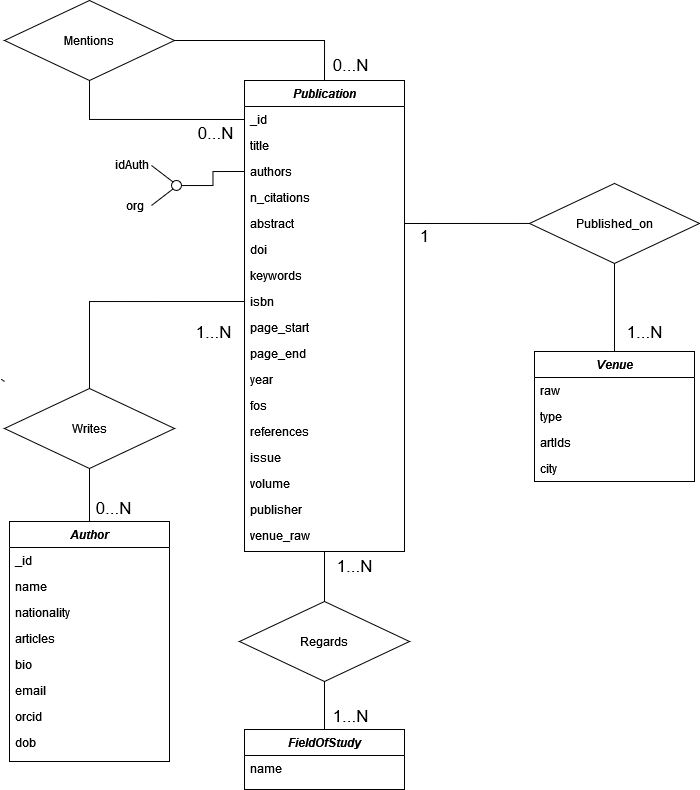
neekoo0/SMBUDproject22-23 keeps this draw.io diagram as Spark/Images/ERSpark.png. Above is the earlier version. Source tidied: cells renumbered, new cells last; positions are measured from the earlier drawing's top-left corner, leaving out a move shared by most shapes.
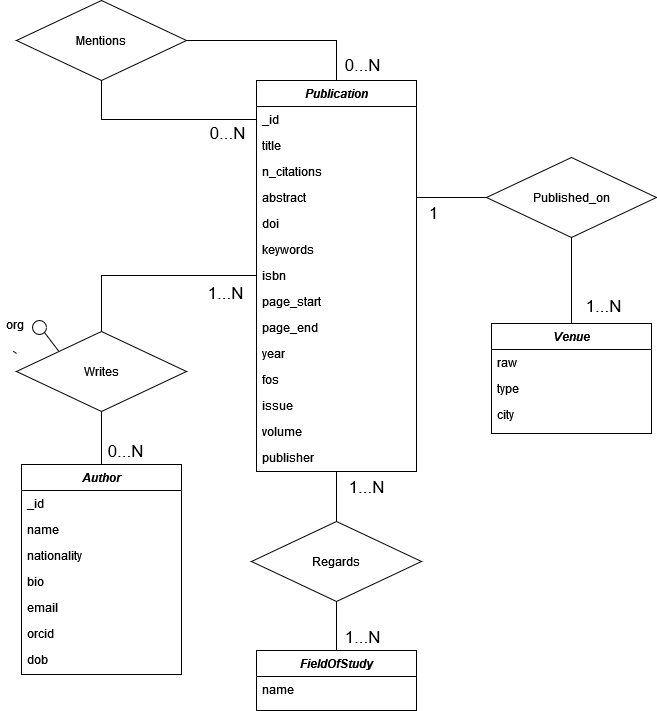
After the commit.

Commit message:
introduction + er corrections

Diff of the diagram source:
```diff
@@ -9,7 +9,7 @@
       <mxGeometry relative="1" as="geometry" />
     </mxCell>
     <mxCell id="4" value="Publication" style="swimlane;fontStyle=3;align=center;verticalAlign=top;horizontal=1;startSize=26;rounded=0;shadow=0;strokeWidth=1;" parent="1" vertex="1">
-      <mxGeometry x="244" y="80" width="160" height="471" as="geometry" />
+      <mxGeometry x="244" y="80" width="160" height="391" as="geometry" />
     </mxCell>
     <mxCell id="5" value="_id" style="text;align=left;verticalAlign=top;spacingLeft=4;spacingRight=4;overflow=hidden;points=[[0,0.5],[1,0.5]];portConstraint=eastwest;" parent="4" vertex="1">
       <mxGeometry y="26" width="160" height="26" as="geometry" />
@@ -17,53 +17,44 @@
     <mxCell id="6" value="title" style="text;align=left;verticalAlign=top;spacingLeft=4;spacingRight=4;overflow=hidden;rounded=0;shadow=0;html=0;" parent="4" vertex="1">
       <mxGeometry y="52" width="160" height="26" as="geometry" />
     </mxCell>
-    <mxCell id="7" value="authors" style="text;align=left;verticalAlign=top;spacingLeft=4;spacingRight=4;overflow=hidden;points=[[0,0.5],[1,0.5]];portConstraint=eastwest;rounded=0;shadow=0;html=0;" parent="4" vertex="1">
-      <mxGeometry y="78" width="160" height="26" as="geometry" />
-    </mxCell>
     <mxCell id="8" value="n_citations" style="text;align=left;verticalAlign=top;spacingLeft=4;spacingRight=4;overflow=hidden;rounded=0;shadow=0;html=0;" parent="4" vertex="1">
-      <mxGeometry y="104" width="160" height="26" as="geometry" />
+      <mxGeometry y="78" width="160" height="26" as="geometry" />
     </mxCell>
     <mxCell id="9" value="abstract" style="text;align=left;verticalAlign=top;spacingLeft=4;spacingRight=4;overflow=hidden;points=[[0,0.5],[1,0.5]];portConstraint=eastwest;rounded=0;shadow=0;html=0;" parent="4" vertex="1">
-      <mxGeometry y="130" width="160" height="26" as="geometry" />
+      <mxGeometry y="104" width="160" height="26" as="geometry" />
     </mxCell>
     <mxCell id="10" value="doi" style="text;align=left;verticalAlign=top;spacingLeft=4;spacingRight=4;overflow=hidden;rounded=0;shadow=0;html=0;" parent="4" vertex="1">
-      <mxGeometry y="156" width="160" height="26" as="geometry" />
+      <mxGeometry y="130" width="160" height="26" as="geometry" />
     </mxCell>
     <mxCell id="11" value="keywords" style="text;align=left;verticalAlign=top;spacingLeft=4;spacingRight=4;overflow=hidden;rounded=0;shadow=0;html=0;" parent="4" vertex="1">
-      <mxGeometry y="182" width="160" height="26" as="geometry" />
+      <mxGeometry y="156" width="160" height="26" as="geometry" />
     </mxCell>
     <mxCell id="12" value="isbn" style="text;align=left;verticalAlign=top;spacingLeft=4;spacingRight=4;overflow=hidden;points=[[0,0.5],[1,0.5]];portConstraint=eastwest;rounded=0;shadow=0;html=0;" parent="4" vertex="1">
-      <mxGeometry y="208" width="160" height="26" as="geometry" />
+      <mxGeometry y="182" width="160" height="26" as="geometry" />
     </mxCell>
     <mxCell id="13" value="page_start" style="text;align=left;verticalAlign=top;spacingLeft=4;spacingRight=4;overflow=hidden;rounded=0;shadow=0;html=0;" parent="4" vertex="1">
-      <mxGeometry y="234" width="160" height="26" as="geometry" />
+      <mxGeometry y="208" width="160" height="26" as="geometry" />
     </mxCell>
     <mxCell id="14" value="page_end" style="text;align=left;verticalAlign=top;spacingLeft=4;spacingRight=4;overflow=hidden;rounded=0;shadow=0;html=0;" parent="4" vertex="1">
-      <mxGeometry y="260" width="160" height="26" as="geometry" />
+      <mxGeometry y="234" width="160" height="26" as="geometry" />
     </mxCell>
     <mxCell id="15" value="year" style="text;align=left;verticalAlign=top;spacingLeft=4;spacingRight=4;overflow=hidden;rounded=0;shadow=0;html=0;" parent="4" vertex="1">
-      <mxGeometry y="286" width="160" height="26" as="geometry" />
+      <mxGeometry y="260" width="160" height="26" as="geometry" />
     </mxCell>
     <mxCell id="16" value="fos" style="text;align=left;verticalAlign=top;spacingLeft=4;spacingRight=4;overflow=hidden;rounded=0;shadow=0;html=0;" parent="4" vertex="1">
-      <mxGeometry y="312" width="160" height="26" as="geometry" />
+      <mxGeometry y="286" width="160" height="26" as="geometry" />
     </mxCell>
-    <mxCell id="17" value="references" style="text;align=left;verticalAlign=top;spacingLeft=4;spacingRight=4;overflow=hidden;rounded=0;shadow=0;html=0;" parent="4" vertex="1">
-      <mxGeometry y="338" width="160" height="26" as="geometry" />
-    </mxCell>
     <mxCell id="18" value="issue" style="text;align=left;verticalAlign=top;spacingLeft=4;spacingRight=4;overflow=hidden;rounded=0;shadow=0;html=0;" parent="4" vertex="1">
-      <mxGeometry y="364" width="160" height="26" as="geometry" />
+      <mxGeometry y="312" width="160" height="26" as="geometry" />
     </mxCell>
     <mxCell id="19" value="volume" style="text;align=left;verticalAlign=top;spacingLeft=4;spacingRight=4;overflow=hidden;rounded=0;shadow=0;html=0;" parent="4" vertex="1">
-      <mxGeometry y="390" width="160" height="26" as="geometry" />
+      <mxGeometry y="338" width="160" height="26" as="geometry" />
     </mxCell>
     <mxCell id="20" value="publisher" style="text;align=left;verticalAlign=top;spacingLeft=4;spacingRight=4;overflow=hidden;rounded=0;shadow=0;html=0;" parent="4" vertex="1">
-      <mxGeometry y="416" width="160" height="26" as="geometry" />
+      <mxGeometry y="364" width="160" height="26" as="geometry" />
     </mxCell>
-    <mxCell id="21" value="venue_raw" style="text;align=left;verticalAlign=top;spacingLeft=4;spacingRight=4;overflow=hidden;rounded=0;shadow=0;html=0;" parent="4" vertex="1">
-      <mxGeometry y="442" width="160" height="26" as="geometry" />
-    </mxCell>
     <mxCell id="22" value="Author" style="swimlane;fontStyle=3;align=center;verticalAlign=top;horizontal=1;startSize=26;rounded=0;shadow=0;strokeWidth=1;" parent="1" vertex="1">
-      <mxGeometry x="9" y="521" width="160" height="240" as="geometry" />
+      <mxGeometry x="9" y="464" width="160" height="210" as="geometry" />
     </mxCell>
     <mxCell id="23" value="_id" style="text;align=left;verticalAlign=top;spacingLeft=4;spacingRight=4;overflow=hidden;" parent="22" vertex="1">
       <mxGeometry y="26" width="160" height="26" as="geometry" />
@@ -74,29 +65,26 @@
     <mxCell id="25" value="nationality" style="text;align=left;verticalAlign=top;spacingLeft=4;spacingRight=4;overflow=hidden;rounded=0;shadow=0;html=0;" parent="22" vertex="1">
       <mxGeometry y="78" width="160" height="26" as="geometry" />
     </mxCell>
-    <mxCell id="26" value="articles" style="text;align=left;verticalAlign=top;spacingLeft=4;spacingRight=4;overflow=hidden;rounded=0;shadow=0;html=0;" parent="22" vertex="1">
-      <mxGeometry y="104" width="160" height="26" as="geometry" />
-    </mxCell>
     <mxCell id="27" value="bio" style="text;align=left;verticalAlign=top;spacingLeft=4;spacingRight=4;overflow=hidden;rounded=0;shadow=0;html=0;" parent="22" vertex="1">
-      <mxGeometry y="130" width="160" height="26" as="geometry" />
+      <mxGeometry y="104" width="160" height="26" as="geometry" />
     </mxCell>
     <mxCell id="28" value="email" style="text;align=left;verticalAlign=top;spacingLeft=4;spacingRight=4;overflow=hidden;rounded=0;shadow=0;html=0;" parent="22" vertex="1">
-      <mxGeometry y="156" width="160" height="26" as="geometry" />
+      <mxGeometry y="130" width="160" height="26" as="geometry" />
     </mxCell>
     <mxCell id="29" value="orcid" style="text;align=left;verticalAlign=top;spacingLeft=4;spacingRight=4;overflow=hidden;rounded=0;shadow=0;html=0;" parent="22" vertex="1">
-      <mxGeometry y="182" width="160" height="26" as="geometry" />
+      <mxGeometry y="156" width="160" height="26" as="geometry" />
     </mxCell>
     <mxCell id="30" value="dob" style="text;align=left;verticalAlign=top;spacingLeft=4;spacingRight=4;overflow=hidden;rounded=0;shadow=0;html=0;" parent="22" vertex="1">
-      <mxGeometry y="208" width="160" height="26" as="geometry" />
+      <mxGeometry y="182" width="160" height="26" as="geometry" />
     </mxCell>
     <mxCell id="31" value="FieldOfStudy" style="swimlane;fontStyle=3;align=center;verticalAlign=top;horizontal=1;startSize=26;rounded=0;shadow=0;strokeWidth=1;" parent="1" vertex="1">
-      <mxGeometry x="244" y="729" width="160" height="60" as="geometry" />
+      <mxGeometry x="244" y="650" width="160" height="60" as="geometry" />
     </mxCell>
     <mxCell id="32" value="name" style="text;align=left;verticalAlign=top;spacingLeft=4;spacingRight=4;overflow=hidden;rounded=0;shadow=0;html=0;" parent="31" vertex="1">
       <mxGeometry y="26" width="160" height="26" as="geometry" />
     </mxCell>
     <mxCell id="33" value="Venue" style="swimlane;fontStyle=3;align=center;verticalAlign=top;horizontal=1;startSize=26;rounded=0;shadow=0;strokeWidth=1;" parent="1" vertex="1">
-      <mxGeometry x="534" y="351" width="160" height="130" as="geometry" />
+      <mxGeometry x="479" y="323" width="160" height="110" as="geometry" />
     </mxCell>
     <mxCell id="34" value="raw" style="text;align=left;verticalAlign=top;spacingLeft=4;spacingRight=4;overflow=hidden;" parent="33" vertex="1">
       <mxGeometry y="26" width="160" height="26" as="geometry" />
@@ -104,17 +92,14 @@
     <mxCell id="35" value="type" style="text;align=left;verticalAlign=top;spacingLeft=4;spacingRight=4;overflow=hidden;rounded=0;shadow=0;html=0;" parent="33" vertex="1">
       <mxGeometry y="52" width="160" height="26" as="geometry" />
     </mxCell>
-    <mxCell id="36" value="artIds" style="text;align=left;verticalAlign=top;spacingLeft=4;spacingRight=4;overflow=hidden;rounded=0;shadow=0;html=0;" parent="33" vertex="1">
-      <mxGeometry y="78" width="160" height="26" as="geometry" />
-    </mxCell>
     <mxCell id="37" value="city" style="text;align=left;verticalAlign=top;spacingLeft=4;spacingRight=4;overflow=hidden;rounded=0;shadow=0;html=0;" parent="33" vertex="1">
-      <mxGeometry y="104" width="160" height="26" as="geometry" />
+      <mxGeometry y="78" width="160" height="26" as="geometry" />
     </mxCell>
     <mxCell id="38" style="edgeStyle=orthogonalEdgeStyle;rounded=0;jettySize=auto;html=1;exitX=0.5;exitY=1;exitDx=0;exitDy=0;endArrow=none;endFill=0;" parent="1" edge="1" source="39" target="33">
       <mxGeometry relative="1" as="geometry" />
     </mxCell>
     <mxCell id="39" value="Published_on" style="rhombus;whiteSpace=wrap;html=1;" parent="1" vertex="1">
-      <mxGeometry x="529" y="183" width="170" height="80" as="geometry" />
+      <mxGeometry x="474" y="157" width="170" height="80" as="geometry" />
     </mxCell>
     <mxCell id="40" style="edgeStyle=orthogonalEdgeStyle;rounded=0;jettySize=auto;html=1;exitX=0.5;exitY=1;exitDx=0;exitDy=0;entryX=0;entryY=0.5;entryDx=0;entryDy=0;endArrow=none;endFill=0;" parent="1" edge="1" source="41" target="5">
       <mxGeometry relative="1" as="geometry" />
@@ -127,12 +112,15 @@
     </mxCell>
     <mxCell id="43" style="rounded=0;orthogonalLoop=1;jettySize=auto;html=1;exitX=0;exitY=0;exitDx=0;exitDy=0;endArrow=none;endFill=0;startArrow=none;" parent="1" edge="1">
       <mxGeometry relative="1" as="geometry">
-        <mxPoint x="0.5" y="378.5" as="sourcePoint" />
-        <mxPoint x="4" y="381" as="targetPoint" />
+        <mxPoint x="0.5" y="350.5" as="sourcePoint" />
+        <mxPoint x="4" y="353" as="targetPoint" />
       </mxGeometry>
     </mxCell>
+    <mxCell id="63" style="rounded=0;jettySize=auto;html=1;exitX=0;exitY=0;exitDx=0;exitDy=0;entryX=1;entryY=1;entryDx=0;entryDy=0;endArrow=none;endFill=0;" parent="1" edge="1" source="44" target="64">
+      <mxGeometry relative="1" as="geometry" />
+    </mxCell>
     <mxCell id="44" value="Writes" style="rhombus;whiteSpace=wrap;html=1;" parent="1" vertex="1">
-      <mxGeometry x="4" y="388" width="170" height="80" as="geometry" />
+      <mxGeometry x="4" y="331" width="170" height="80" as="geometry" />
     </mxCell>
     <mxCell id="45" style="edgeStyle=orthogonalEdgeStyle;rounded=0;jettySize=auto;html=1;exitX=0;exitY=0.5;exitDx=0;exitDy=0;endArrow=none;endFill=0;" parent="1" edge="1" source="12" target="44">
       <mxGeometry relative="1" as="geometry" />
@@ -141,22 +129,22 @@
       <mxGeometry relative="1" as="geometry" />
     </mxCell>
     <mxCell id="47" value="Regards" style="rhombus;whiteSpace=wrap;html=1;" parent="1" vertex="1">
-      <mxGeometry x="239" y="601" width="170" height="80" as="geometry" />
+      <mxGeometry x="239" y="521" width="170" height="80" as="geometry" />
     </mxCell>
     <mxCell id="48" value="1...N" style="text;html=1;align=center;verticalAlign=middle;strokeColor=none;fillColor=none;fontSize=17;" parent="1" vertex="1">
-      <mxGeometry x="614" y="317" width="60" height="30" as="geometry" />
+      <mxGeometry x="561" y="291" width="60" height="30" as="geometry" />
     </mxCell>
     <mxCell id="49" value="1...N" style="text;html=1;align=center;verticalAlign=middle;strokeColor=none;fillColor=none;fontSize=17;" parent="1" vertex="1">
-      <mxGeometry x="183" y="317" width="60" height="30" as="geometry" />
+      <mxGeometry x="183" y="278" width="60" height="30" as="geometry" />
     </mxCell>
     <mxCell id="50" value="1...N" style="text;html=1;align=center;verticalAlign=middle;strokeColor=none;fillColor=none;fontSize=17;" parent="1" vertex="1">
-      <mxGeometry x="320" y="701" width="60" height="30" as="geometry" />
+      <mxGeometry x="320" y="622" width="60" height="30" as="geometry" />
     </mxCell>
     <mxCell id="51" value="1...N" style="text;html=1;align=center;verticalAlign=middle;strokeColor=none;fillColor=none;fontSize=17;" parent="1" vertex="1">
-      <mxGeometry x="324" y="551" width="60" height="30" as="geometry" />
+      <mxGeometry x="324" y="472" width="60" height="30" as="geometry" />
     </mxCell>
     <mxCell id="52" value="0...N" style="text;html=1;align=center;verticalAlign=middle;strokeColor=none;fillColor=none;fontSize=17;" parent="1" vertex="1">
-      <mxGeometry x="83" y="493" width="60" height="30" as="geometry" />
+      <mxGeometry x="83" y="436" width="60" height="30" as="geometry" />
     </mxCell>
     <mxCell id="53" value="0...N" style="text;html=1;align=center;verticalAlign=middle;strokeColor=none;fillColor=none;fontSize=17;" parent="1" vertex="1">
       <mxGeometry x="320" y="50" width="60" height="30" as="geometry" />
@@ -165,32 +153,16 @@
       <mxGeometry x="185" y="118" width="60" height="30" as="geometry" />
     </mxCell>
     <mxCell id="55" value="1" style="text;html=1;align=center;verticalAlign=middle;strokeColor=none;fillColor=none;fontSize=17;" parent="1" vertex="1">
-      <mxGeometry x="409" y="221" width="30" height="30" as="geometry" />
+      <mxGeometry x="406" y="198" width="30" height="30" as="geometry" />
     </mxCell>
-    <mxCell id="56" style="edgeStyle=orthogonalEdgeStyle;rounded=0;jettySize=auto;html=1;exitX=0;exitY=0.5;exitDx=0;exitDy=0;endArrow=none;endFill=0;" parent="1" edge="1" source="7" target="59">
-      <mxGeometry relative="1" as="geometry" />
-    </mxCell>
-    <mxCell id="57" style="rounded=0;jettySize=auto;html=1;exitX=0;exitY=0;exitDx=0;exitDy=0;endArrow=none;endFill=0;" parent="1" edge="1" source="59">
-      <mxGeometry relative="1" as="geometry">
-        <mxPoint x="151" y="165" as="targetPoint" />
-      </mxGeometry>
-    </mxCell>
-    <mxCell id="58" style="edgeStyle=none;rounded=0;jettySize=auto;html=1;exitX=0;exitY=1;exitDx=0;exitDy=0;endArrow=none;endFill=0;" parent="1" edge="1" source="59">
-      <mxGeometry relative="1" as="geometry">
-        <mxPoint x="151" y="205" as="targetPoint" />
-      </mxGeometry>
-    </mxCell>
-    <mxCell id="59" style="ellipse;whiteSpace=wrap;html=1;" parent="1" vertex="1">
-      <mxGeometry x="171" y="180" width="10" height="10" as="geometry" />
-    </mxCell>
+    <mxCell id="62" style="edgeStyle=orthogonalEdgeStyle;rounded=0;jettySize=auto;html=1;exitX=1;exitY=0.5;exitDx=0;exitDy=0;entryX=0;entryY=0.5;entryDx=0;entryDy=0;endArrow=none;endFill=0;" parent="1" edge="1" source="9" target="39">
+      <mxGeometry relative="1" as="geometry" />
+    </mxCell>
+    <mxCell id="64" style="ellipse;whiteSpace=wrap;html=1;" parent="1" vertex="1">
+      <mxGeometry x="20" y="320" width="14" height="14" as="geometry" />
+    </mxCell>
     <mxCell id="60" value="org" style="text;align=left;verticalAlign=top;spacingLeft=4;spacingRight=4;overflow=hidden;rounded=0;shadow=0;html=0;" parent="1" vertex="1">
-      <mxGeometry x="120" y="192" width="31" height="26" as="geometry" />
+      <mxGeometry x="-12" y="311" width="35" height="26" as="geometry" />
     </mxCell>
-    <mxCell id="61" value="idAuth" style="text;align=left;verticalAlign=top;spacingLeft=4;spacingRight=4;overflow=hidden;rounded=0;shadow=0;html=0;" parent="1" vertex="1">
-      <mxGeometry x="109" y="151" width="50" height="26" as="geometry" />
-    </mxCell>
-    <mxCell id="62" style="edgeStyle=orthogonalEdgeStyle;rounded=0;jettySize=auto;html=1;exitX=1;exitY=0.5;exitDx=0;exitDy=0;entryX=0;entryY=0.5;entryDx=0;entryDy=0;endArrow=none;endFill=0;" parent="1" edge="1" source="9" target="39">
-      <mxGeometry relative="1" as="geometry" />
-    </mxCell>
   </root>
 </mxGraphModel>
```
